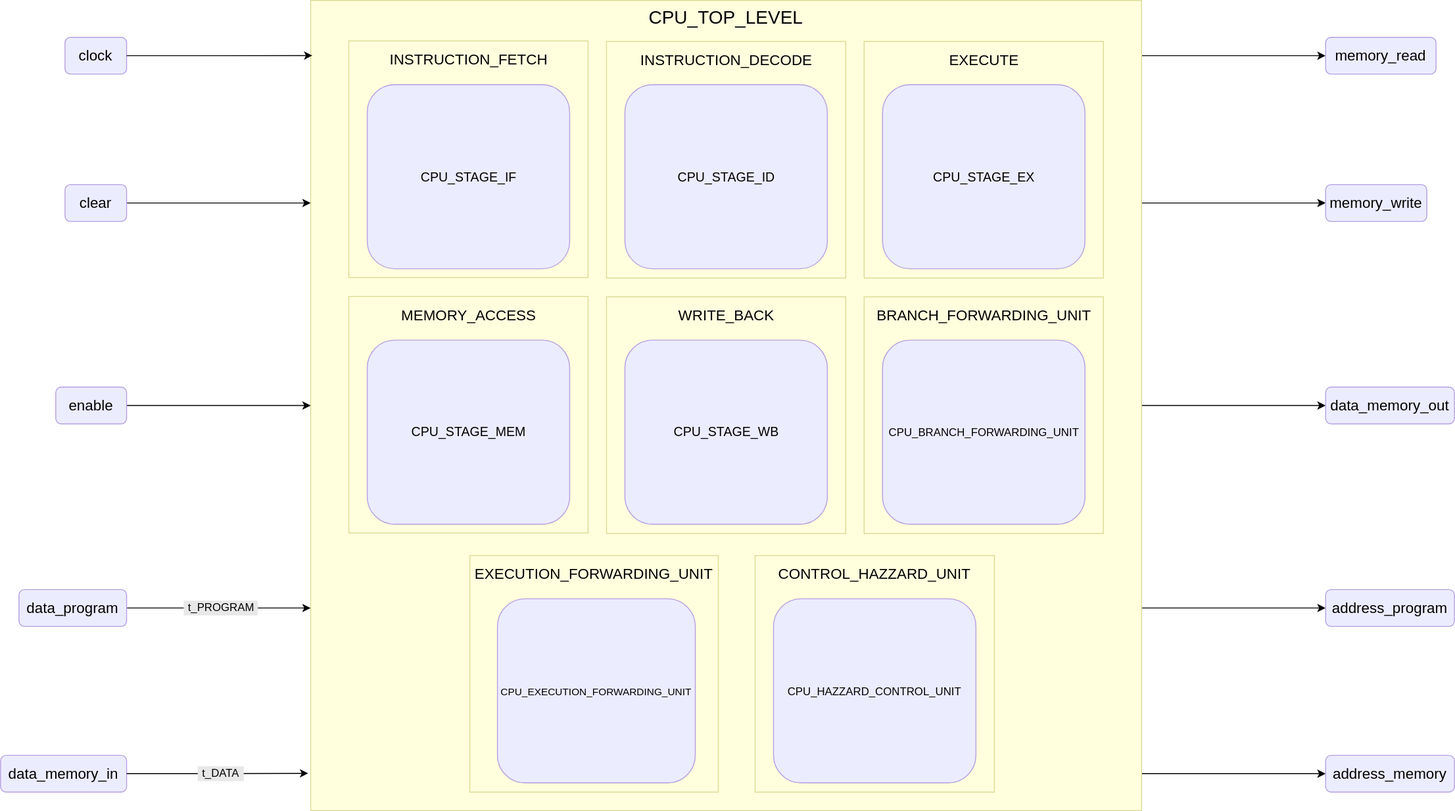
This is public/images/reference/report_components/cpu_top_level.drawio.svg from insper-riscv/docs, a draw.io export, as it was before one commit. Source tidied: cells renumbered, new cells last; positions are measured from the earlier drawing's top-left corner, leaving out a move shared by most shapes.
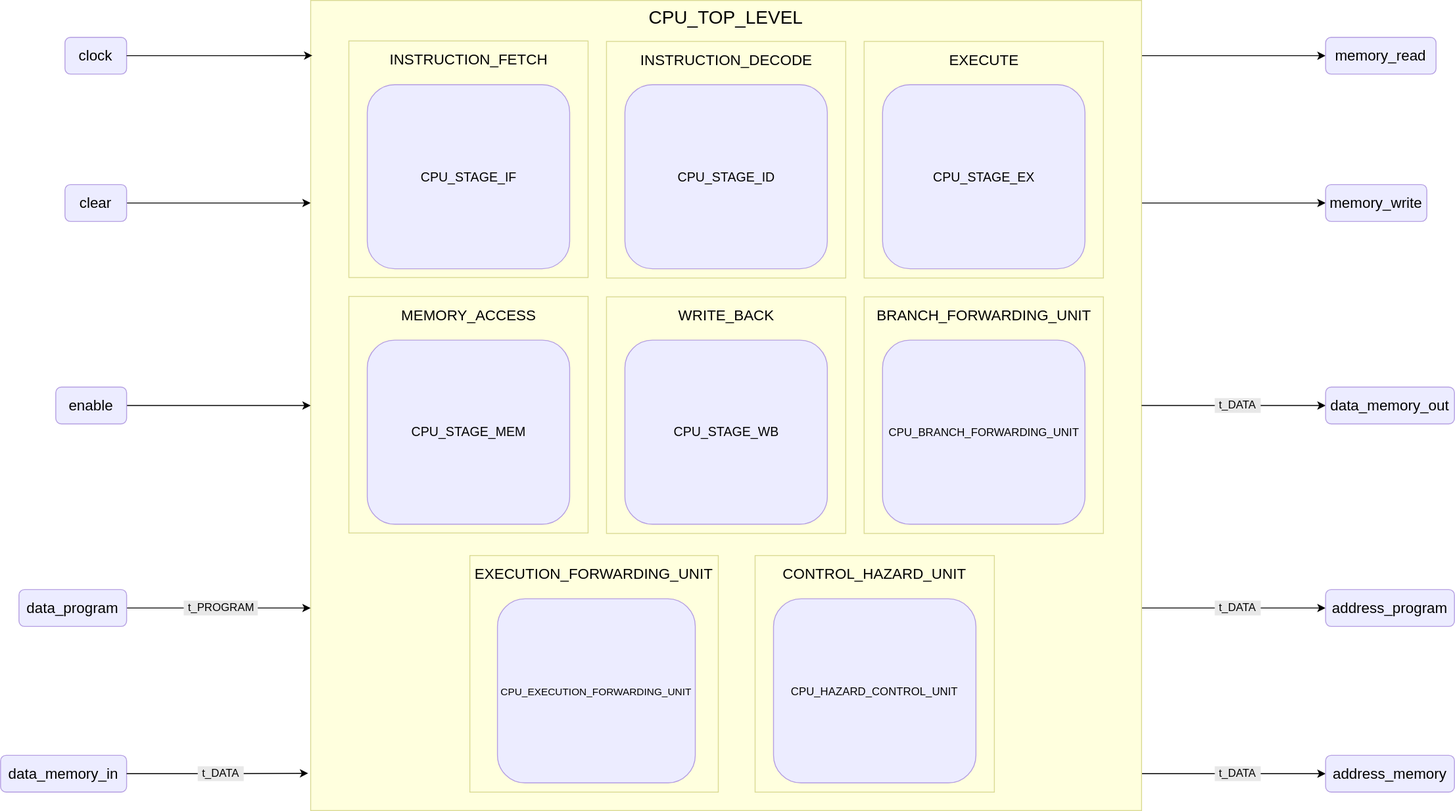
Above is the later version.

Diff of the diagram source:
```diff
@@ -18,10 +18,9 @@
         </Array>
       </mxGeometry>
     </mxCell>
-    <mxCell id="4" style="edgeStyle=orthogonalEdgeStyle;rounded=0;jettySize=auto;html=1;entryX=0;entryY=0.5;entryDx=0;entryDy=0;" parent="1" edge="1" source="7" target="34">
+    <mxCell id="4" style="edgeStyle=orthogonalEdgeStyle;rounded=0;jettySize=auto;html=1;entryX=0;entryY=0.5;entryDx=0;entryDy=0;" parent="1" edge="1" source="42" target="34">
       <mxGeometry relative="1" as="geometry">
         <Array as="points">
-          <mxPoint x="1370" y="440" />
           <mxPoint x="1370" y="440" />
         </Array>
       </mxGeometry>
@@ -138,11 +137,27 @@
     <mxCell id="38" value="address_program" style="rounded=1;whiteSpace=wrap;html=1;fillColor=#ececff;strokeColor=#b59fe2;fontSize=16;" parent="1" vertex="1">
       <mxGeometry x="1440" y="640" width="140" height="40" as="geometry" />
     </mxCell>
-    <mxCell id="39" value="&lt;span style=&quot;font-size: 16px;&quot;&gt;CONTROL_HAZZARD_UNIT&lt;/span&gt;" style="rounded=0;whiteSpace=wrap;html=1;fillColor=#ffffde;strokeColor=#dada94;verticalAlign=top;fontSize=20;" parent="1" vertex="1">
+    <mxCell id="39" value="&lt;span style=&quot;font-size: 16px;&quot;&gt;CONTROL_HAZARD_UNIT&lt;/span&gt;" style="rounded=0;whiteSpace=wrap;html=1;fillColor=#ffffde;strokeColor=#dada94;verticalAlign=top;fontSize=20;" parent="1" vertex="1">
       <mxGeometry x="820" y="603" width="260" height="257" as="geometry" />
     </mxCell>
-    <mxCell id="40" value="&lt;font style=&quot;font-size: 12px;&quot;&gt;CPU_HAZZARD_CONTROL_UNIT&lt;/font&gt;" style="rounded=1;whiteSpace=wrap;html=1;fillColor=#ececff;strokeColor=#b59fe2;fontSize=14;" parent="1" vertex="1">
+    <mxCell id="40" value="&lt;font style=&quot;font-size: 12px;&quot;&gt;CPU_HAZARD_CONTROL_UNIT&lt;/font&gt;" style="rounded=1;whiteSpace=wrap;html=1;fillColor=#ececff;strokeColor=#b59fe2;fontSize=14;" parent="1" vertex="1">
       <mxGeometry x="840" y="650" width="220" height="200" as="geometry" />
     </mxCell>
+    <mxCell id="41" style="edgeStyle=orthogonalEdgeStyle;rounded=0;jettySize=auto;html=1;entryX=0;entryY=0.5;entryDx=0;entryDy=0;" parent="1" edge="1" source="7" target="42">
+      <mxGeometry relative="1" as="geometry">
+        <Array as="points">
+          <mxPoint x="1370" y="440" />
+        </Array>
+      </mxGeometry>
+    </mxCell>
+    <mxCell id="42" value="t_DATA" style="rounded=0;whiteSpace=wrap;html=1;fillColor=#e8e8e8;strokeColor=#e8e8e8;" parent="1" vertex="1">
+      <mxGeometry x="1320" y="432.5" width="49" height="15" as="geometry" />
+    </mxCell>
+    <mxCell id="43" value="t_DATA" style="rounded=0;whiteSpace=wrap;html=1;fillColor=#e8e8e8;strokeColor=#e8e8e8;" parent="1" vertex="1">
+      <mxGeometry x="1320" y="652.5" width="49" height="15" as="geometry" />
+    </mxCell>
+    <mxCell id="44" value="t_DATA" style="rounded=0;whiteSpace=wrap;html=1;fillColor=#e8e8e8;strokeColor=#e8e8e8;" parent="1" vertex="1">
+      <mxGeometry x="1320" y="832.5" width="49" height="15" as="geometry" />
+    </mxCell>
   </root>
 </mxGraphModel>
```
